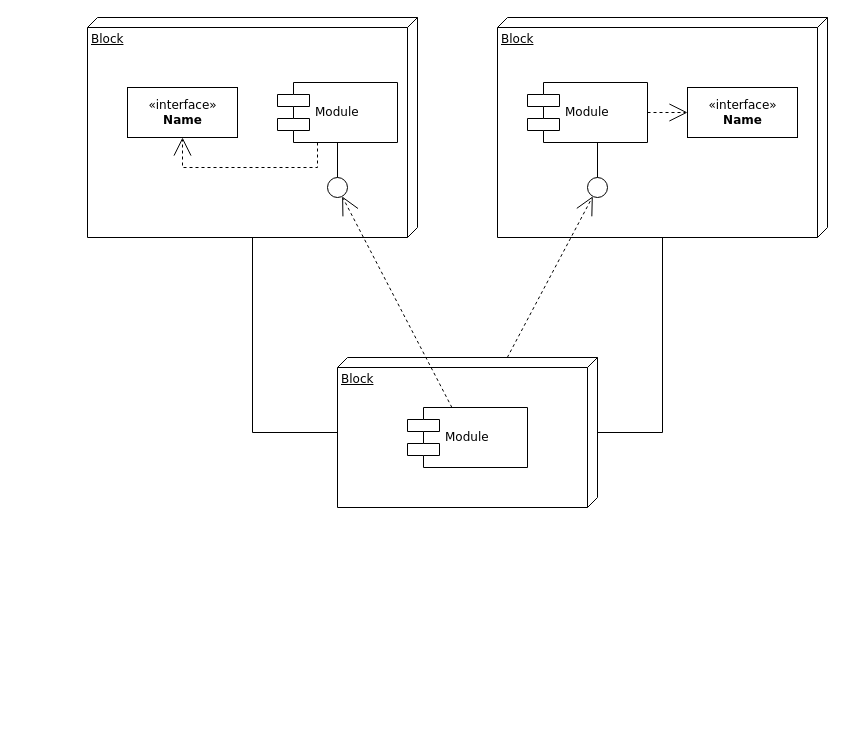
This is 제목 없는 다이어그램.drawio from jamtings/AA, a draw.io file, before an edit. Source tidied: cells renumbered, new cells numbered last; positions are measured from the earlier drawing's top-left corner, leaving out a move shared by most shapes. Both pictures are drawn from the tidied source at 100%, with x=0, y=0 at pixel (87, 17).
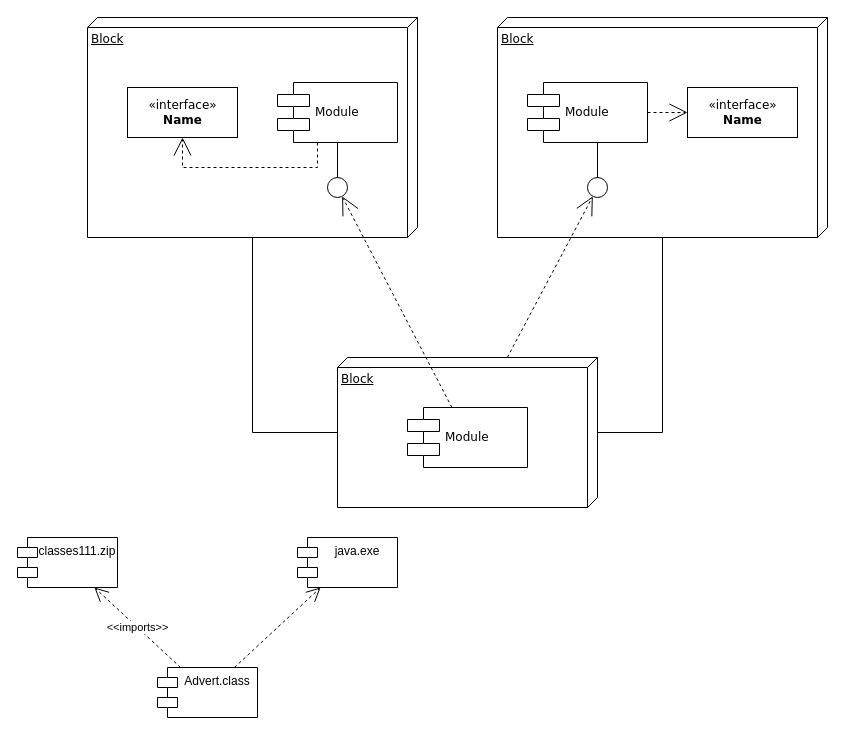
Above is the later version.

Commit message:
Component diagram Homework 1

What changed in the source:
```diff
@@
+    <mxCell id="20" value="Advert.class" style="shape=module;align=left;spacingLeft=20;align=center;verticalAlign=top;whiteSpace=wrap;html=1;" parent="1" vertex="1">
+      <mxGeometry x="70" y="650" width="100" height="50" as="geometry" />
+    </mxCell>
+    <mxCell id="21" value="classes111.zip" style="shape=module;align=left;spacingLeft=20;align=center;verticalAlign=top;whiteSpace=wrap;html=1;" parent="1" vertex="1">
+      <mxGeometry x="-70" y="520" width="100" height="50" as="geometry" />
+    </mxCell>
+    <mxCell id="22" value="&amp;lt;&amp;lt;imports&amp;gt;&amp;gt;" style="endArrow=open;endSize=12;dashed=1;html=1;rounded=0;" parent="1" edge="1" source="20" target="21">
+      <mxGeometry relative="1" as="geometry" />
+    </mxCell>
+    <mxCell id="23" value="java.exe" style="shape=module;align=left;spacingLeft=20;align=center;verticalAlign=top;whiteSpace=wrap;html=1;" parent="1" vertex="1">
+      <mxGeometry x="210" y="520" width="100" height="50" as="geometry" />
+    </mxCell>
+    <mxCell id="24" style="endArrow=open;endSize=12;dashed=1;html=1;rounded=0;" parent="1" edge="1" source="20" target="23">
+      <mxGeometry relative="1" as="geometry" />
+    </mxCell>
```
